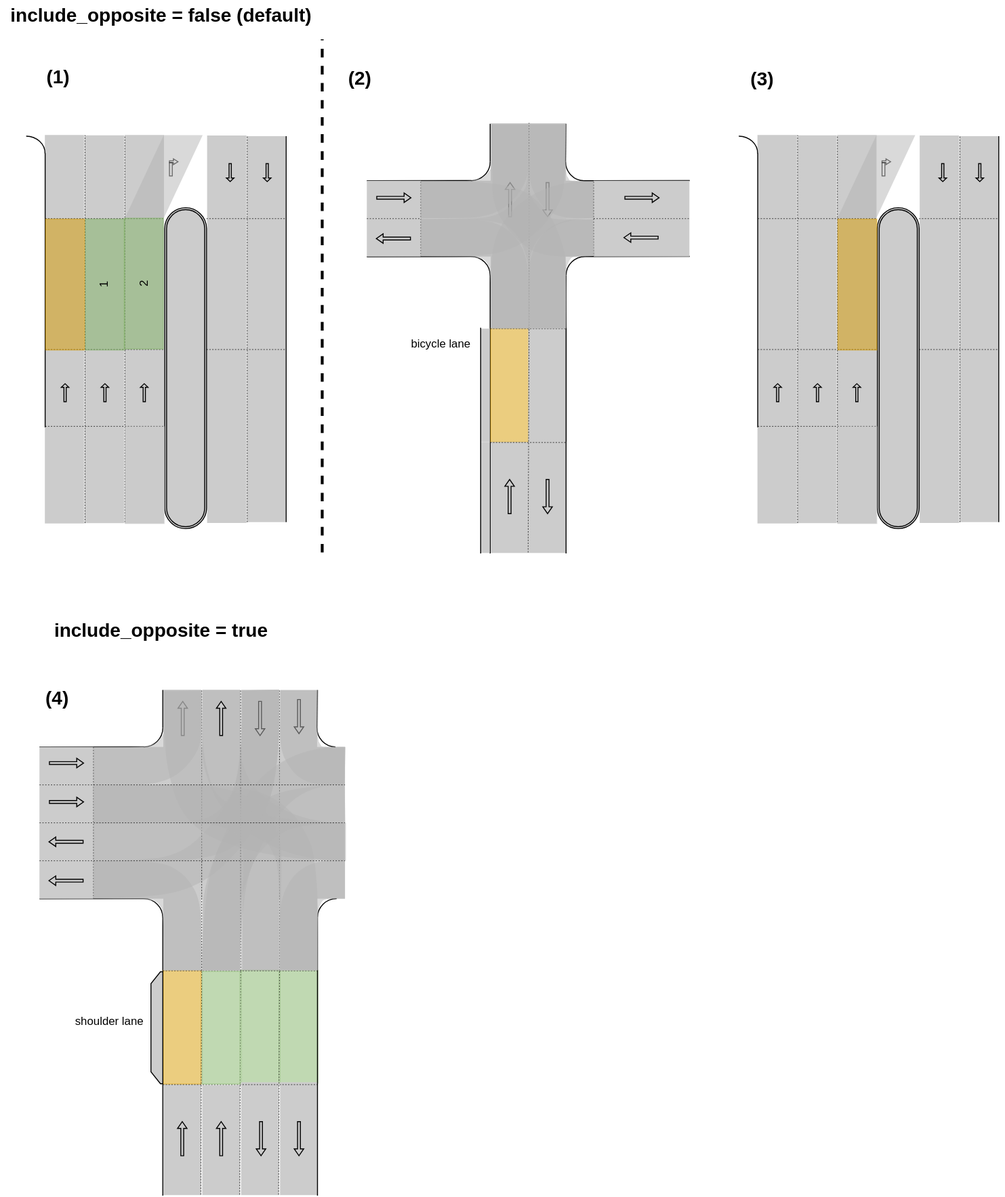
Earlier version of the draw.io export common/autoware_lanelet2_utils/media/api/right_lanelets.drawio.svg (autowarefoundation/autoware.core). Source tidied: cells renumbered, new cells last; positions are measured from the earlier drawing's top-left corner, leaving out a move shared by most shapes.
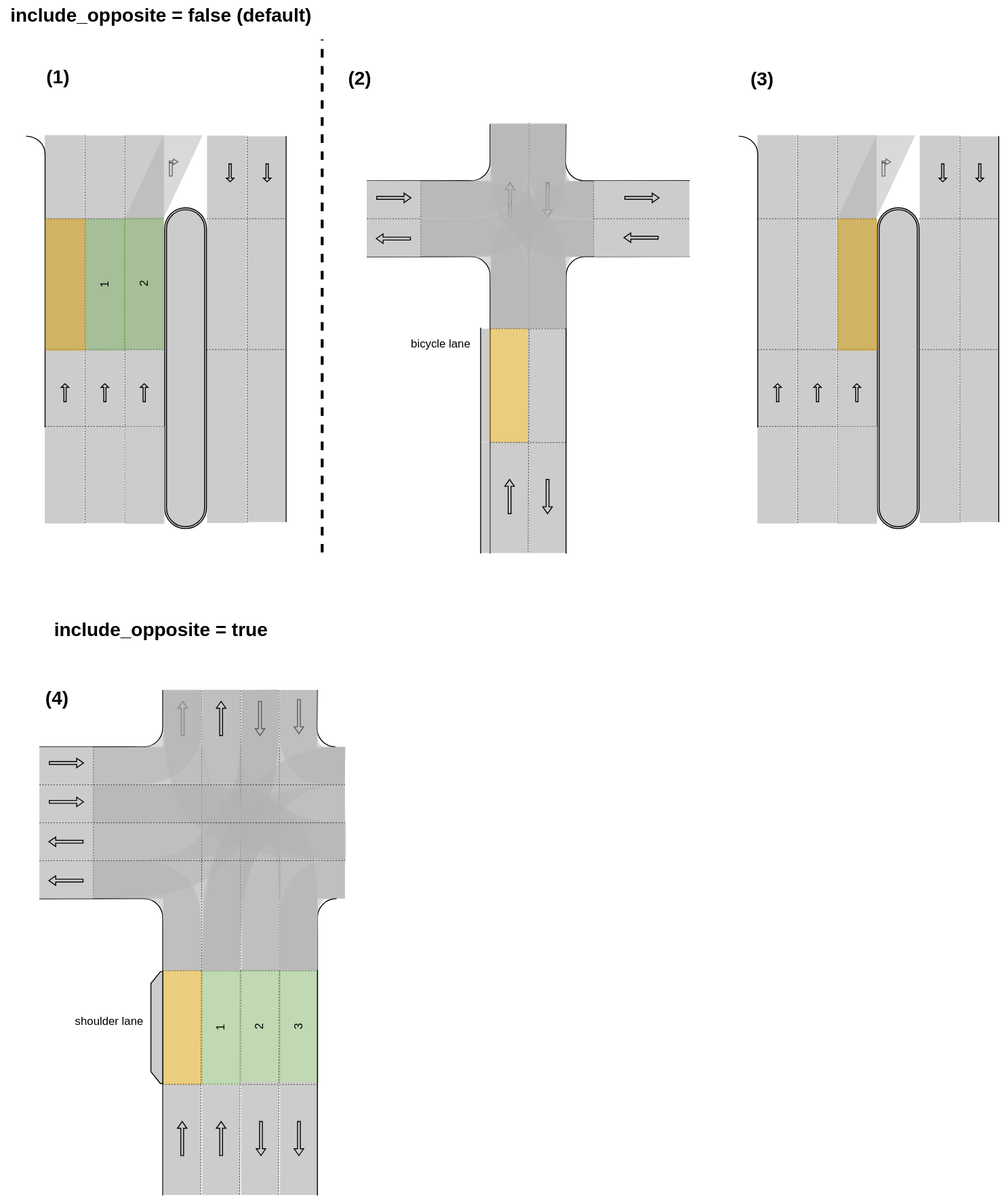
Later version of the same file.

Commit message:
docs(lanelet2_utils): fix invalid drawio link and update image (#251)

doc(lanelet2_utils): fix invalid drawio link and update image

Diff of the diagram source:
```diff
@@ -546,7 +546,7 @@
     <mxCell id="123" style="shape=singleArrow;direction=north;whiteSpace=wrap;html=1;fillColor=#CCCCCC;rotation=-90;" parent="1" vertex="1">
       <mxGeometry x="201" y="869" width="10" height="36" as="geometry" />
     </mxCell>
-    <mxCell id="124" style="rounded=0;whiteSpace=wrap;html=1;strokeColor=#82b366;fillColor=#82B366;rotation=-90;opacity=50;" parent="1" vertex="1">
+    <mxCell id="124" value="2" style="rounded=0;whiteSpace=wrap;html=1;strokeColor=#82b366;fillColor=#82B366;rotation=-90;opacity=50;" parent="1" vertex="1">
       <mxGeometry x="351" y="1062" width="119" height="40" as="geometry" />
     </mxCell>
     <mxCell id="125" style="rounded=0;whiteSpace=wrap;html=1;strokeColor=none;fillColor=#CCCCCC;rotation=-90;" parent="1" vertex="1">
@@ -595,7 +595,7 @@
     <mxCell id="136" style="rounded=0;whiteSpace=wrap;html=1;strokeColor=none;fillColor=#CCCCCC;rotation=-90;" parent="1" vertex="1">
       <mxGeometry x="270.2" y="1181.2" width="116.5" height="40" as="geometry" />
     </mxCell>
-    <mxCell id="137" style="rounded=0;whiteSpace=wrap;html=1;strokeColor=#82b366;fillColor=#82B366;rotation=-90;opacity=50;" parent="1" vertex="1">
+    <mxCell id="137" value="3" style="rounded=0;whiteSpace=wrap;html=1;strokeColor=#82b366;fillColor=#82B366;rotation=-90;opacity=50;" parent="1" vertex="1">
       <mxGeometry x="392" y="1062" width="119" height="40" as="geometry" />
     </mxCell>
     <mxCell id="138" style="rounded=0;whiteSpace=wrap;html=1;strokeColor=none;fillColor=#CCCCCC;rotation=-90;" parent="1" vertex="1">
@@ -892,7 +892,7 @@
     <mxCell id="181" value="&lt;b&gt;&lt;font style=&quot;font-size: 20px;&quot;&gt;(4)&lt;/font&gt;&lt;/b&gt;" style="text;html=1;strokeColor=none;fillColor=none;align=center;verticalAlign=middle;whiteSpace=wrap;rounded=0;" parent="1" vertex="1">
       <mxGeometry x="167" y="720" width="60" height="30" as="geometry" />
     </mxCell>
-    <mxCell id="182" style="rounded=0;whiteSpace=wrap;html=1;strokeColor=#82b366;fillColor=#82B366;rotation=-90;opacity=50;" parent="1" vertex="1">
+    <mxCell id="182" value="1" style="rounded=0;whiteSpace=wrap;html=1;strokeColor=#82b366;fillColor=#82B366;rotation=-90;opacity=50;" parent="1" vertex="1">
       <mxGeometry x="310" y="1063" width="119" height="40" as="geometry" />
     </mxCell>
     <mxCell id="183" value="&lt;font style=&quot;font-size: 20px;&quot;&gt;&lt;b&gt;include_opposite = false (default)&lt;/b&gt;&lt;/font&gt;" style="text;html=1;strokeColor=none;fillColor=none;align=center;verticalAlign=middle;whiteSpace=wrap;rounded=0;" parent="1" vertex="1">
```
